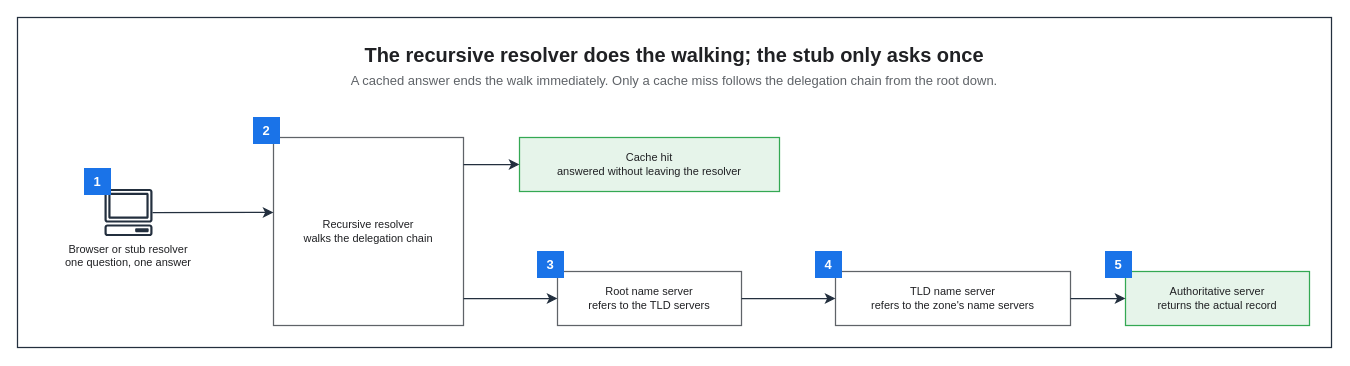
KKamJi98/kkamji98.github.io keeps this draw.io diagram as assets/img/network/dns-recursive-resolution.drawio. Above is the earlier version. Source tidied: cells renumbered, new cells numbered last; positions are measured from the earlier drawing's top-left corner, leaving out a move shared by most shapes. Both pictures are drawn from the tidied source at 100%, with x=0, y=0 at pixel (17, 17).
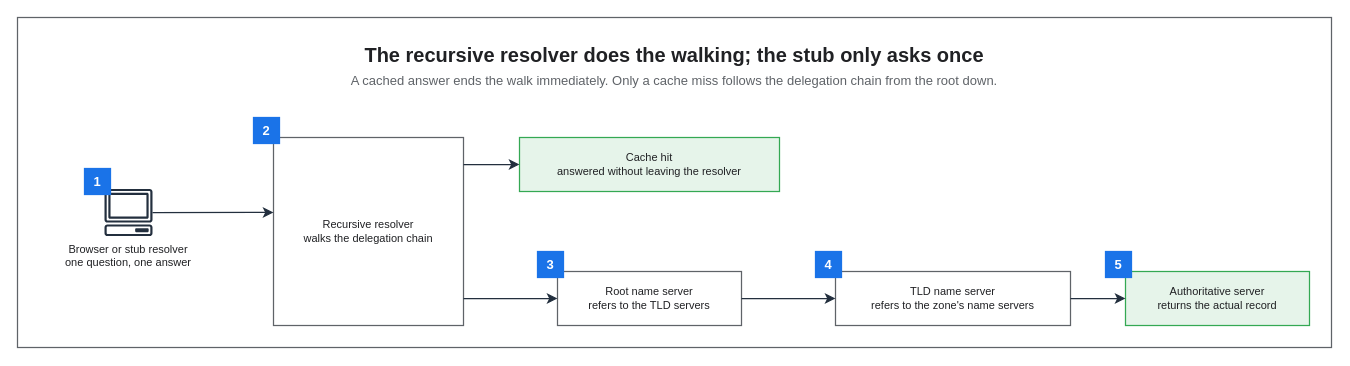
Above is the later version.

Diff of the diagram source:
```diff
@@
-    <mxCell id="2" style="rounded=0;html=0;fillColor=none;strokeColor=#232F3E;fontColor=#202124;strokeWidth=1.25;" parent="1" vertex="1">
+    <mxCell id="2" style="rounded=0;html=0;fillColor=none;strokeColor=#5F6368;fontColor=#202124;strokeWidth=1.25;" parent="1" vertex="1">
       <mxGeometry width="1314" height="330" as="geometry" />
     </mxCell>
@@
-    <mxCell id="11" value="1" style="rounded=0;whiteSpace=wrap;html=0;fillColor=#1A73E8;strokeColor=#1A73E8;fontColor=#FFFFFF;fontSize=13;fontStyle=1;align=center;verticalAlign=middle;" parent="1" vertex="1">
+    <mxCell id="11" value="1" style="rounded=0;whiteSpace=wrap;html=0;fillColor=#1A73E8;strokeColor=#1A73E8;fontColor=#FFFFFF;fontSize=13;fontStyle=1;align=center;verticalAlign=middle;strokeWidth=1.25;" parent="1" vertex="1">
       <mxGeometry x="67" y="151" width="26" height="26" as="geometry" />
     </mxCell>
-    <mxCell id="12" value="2" style="rounded=0;whiteSpace=wrap;html=0;fillColor=#1A73E8;strokeColor=#1A73E8;fontColor=#FFFFFF;fontSize=13;fontStyle=1;align=center;verticalAlign=middle;" parent="1" vertex="1">
+    <mxCell id="12" value="2" style="rounded=0;whiteSpace=wrap;html=0;fillColor=#1A73E8;strokeColor=#1A73E8;fontColor=#FFFFFF;fontSize=13;fontStyle=1;align=center;verticalAlign=middle;strokeWidth=1.25;" parent="1" vertex="1">
       <mxGeometry x="236" y="100" width="26" height="26" as="geometry" />
     </mxCell>
-    <mxCell id="13" value="3" style="rounded=0;whiteSpace=wrap;html=0;fillColor=#1A73E8;strokeColor=#1A73E8;fontColor=#FFFFFF;fontSize=13;fontStyle=1;align=center;verticalAlign=middle;" parent="1" vertex="1">
+    <mxCell id="13" value="3" style="rounded=0;whiteSpace=wrap;html=0;fillColor=#1A73E8;strokeColor=#1A73E8;fontColor=#FFFFFF;fontSize=13;fontStyle=1;align=center;verticalAlign=middle;strokeWidth=1.25;" parent="1" vertex="1">
       <mxGeometry x="520" y="234" width="26" height="26" as="geometry" />
     </mxCell>
-    <mxCell id="14" value="4" style="rounded=0;whiteSpace=wrap;html=0;fillColor=#1A73E8;strokeColor=#1A73E8;fontColor=#FFFFFF;fontSize=13;fontStyle=1;align=center;verticalAlign=middle;" parent="1" vertex="1">
+    <mxCell id="14" value="4" style="rounded=0;whiteSpace=wrap;html=0;fillColor=#1A73E8;strokeColor=#1A73E8;fontColor=#FFFFFF;fontSize=13;fontStyle=1;align=center;verticalAlign=middle;strokeWidth=1.25;" parent="1" vertex="1">
       <mxGeometry x="798" y="234" width="26" height="26" as="geometry" />
     </mxCell>
-    <mxCell id="15" value="5" style="rounded=0;whiteSpace=wrap;html=0;fillColor=#1A73E8;strokeColor=#1A73E8;fontColor=#FFFFFF;fontSize=13;fontStyle=1;align=center;verticalAlign=middle;" parent="1" vertex="1">
+    <mxCell id="15" value="5" style="rounded=0;whiteSpace=wrap;html=0;fillColor=#1A73E8;strokeColor=#1A73E8;fontColor=#FFFFFF;fontSize=13;fontStyle=1;align=center;verticalAlign=middle;strokeWidth=1.25;" parent="1" vertex="1">
       <mxGeometry x="1088" y="234" width="26" height="26" as="geometry" />
     </mxCell>
```
